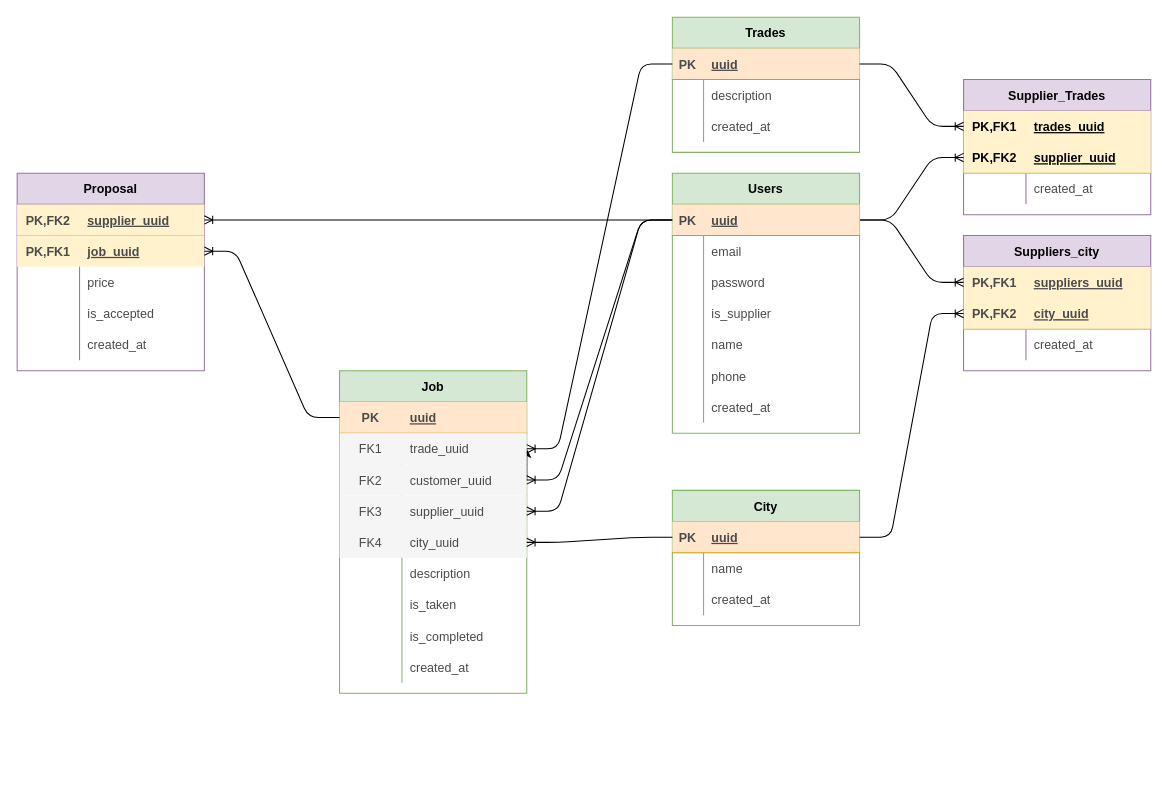
Earlier version of the draw.io diagram Documentation/ER Design.drawio (chingu-voyages/v41-geckos-team-08). Source tidied: cells renumbered, new cells numbered last; positions are measured from the earlier drawing's top-left corner, leaving out a move shared by most shapes. Both pictures are drawn from the tidied source at 104%, with x=0, y=0 at pixel (17, 17).
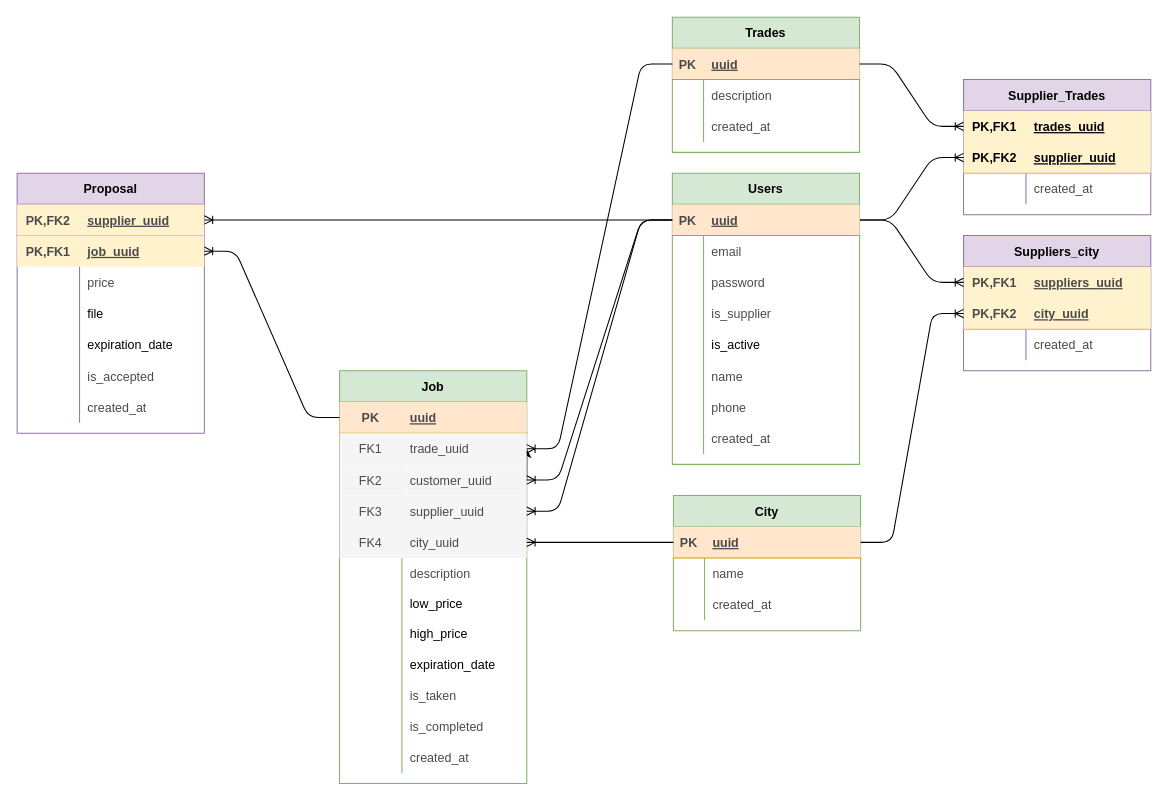
The same page after the edit.

Commit message:
Design: Revised ER model

What changed in the source:
```diff
@@
     <mxCell id="24" value="City" style="shape=table;startSize=30;childLayout=tableLayout;rowLines=0;fontStyle=1;align=center;fillColor=#d5e8d4;strokeColor=#82b366;" parent="1" vertex="1">
-      <mxGeometry x="630" y="455" width="180" height="130" as="geometry" />
+      <mxGeometry x="631" y="460" width="180" height="130" as="geometry" />
     </mxCell>
@@
     <mxCell id="46" value="Job" style="shape=table;startSize=30;childLayout=tableLayout;rowLines=0;fontStyle=1;align=center;fillColor=#d5e8d4;strokeColor=#82b366;" parent="1" vertex="1">
-      <mxGeometry x="310" y="340" width="180" height="310" as="geometry" />
+      <mxGeometry x="310" y="340" width="180" height="396.8" as="geometry" />
     </mxCell>
@@
+    <mxCell id="119" style="shape=partialRectangle;fillColor=none;top=0;left=0;bottom=0;right=0;" parent="46" vertex="1">
+      <mxGeometry y="210" width="180" height="27" as="geometry" />
+    </mxCell>
+    <mxCell id="120" style="shape=partialRectangle;fillColor=none;top=0;left=0;bottom=0;right=0;overflow=hidden;" parent="119" vertex="1">
+      <mxGeometry width="60" height="27" as="geometry" />
+    </mxCell>
+    <mxCell id="121" value="low_price" style="shape=partialRectangle;fillColor=none;top=0;left=0;bottom=0;right=0;align=left;spacingLeft=6;overflow=hidden;" parent="119" vertex="1">
+      <mxGeometry x="60" width="120" height="27" as="geometry" />
+    </mxCell>
+    <mxCell id="122" style="shape=partialRectangle;fillColor=none;top=0;left=0;bottom=0;right=0;" parent="46" vertex="1">
+      <mxGeometry y="237" width="180" height="30" as="geometry" />
+    </mxCell>
+    <mxCell id="123" style="shape=partialRectangle;fillColor=none;top=0;left=0;bottom=0;right=0;overflow=hidden;" parent="122" vertex="1">
+      <mxGeometry width="60" height="30" as="geometry" />
+    </mxCell>
+    <mxCell id="124" value="high_price" style="shape=partialRectangle;fillColor=none;top=0;left=0;bottom=0;right=0;align=left;spacingLeft=6;overflow=hidden;" parent="122" vertex="1">
+      <mxGeometry x="60" width="120" height="30" as="geometry" />
+    </mxCell>
+    <mxCell id="125" style="shape=partialRectangle;fillColor=none;top=0;left=0;bottom=0;right=0;" parent="46" vertex="1">
+      <mxGeometry y="267" width="180" height="30" as="geometry" />
+    </mxCell>
+    <mxCell id="126" style="shape=partialRectangle;fillColor=none;top=0;left=0;bottom=0;right=0;overflow=hidden;" parent="125" vertex="1">
+      <mxGeometry width="60" height="30" as="geometry" />
+    </mxCell>
+    <mxCell id="127" value="expiration_date" style="shape=partialRectangle;fillColor=none;top=0;left=0;bottom=0;right=0;align=left;spacingLeft=6;overflow=hidden;" parent="125" vertex="1">
+      <mxGeometry x="60" width="120" height="30" as="geometry" />
+    </mxCell>
     <mxCell id="66" style="shape=partialRectangle;fillColor=none;top=0;left=0;bottom=0;right=0;fontColor=#4A4A4A;" parent="46" vertex="1">
-      <mxGeometry y="210" width="180" height="30" as="geometry" />
+      <mxGeometry y="297" width="180" height="30" as="geometry" />
     </mxCell>
@@
     <mxCell id="69" style="shape=partialRectangle;fillColor=none;top=0;left=0;bottom=0;right=0;fontColor=#4A4A4A;" parent="46" vertex="1">
-      <mxGeometry y="240" width="180" height="30" as="geometry" />
+      <mxGeometry y="327" width="180" height="30" as="geometry" />
     </mxCell>
@@
     <mxCell id="72" style="shape=partialRectangle;fillColor=none;top=0;left=0;bottom=0;right=0;fontColor=#4A4A4A;" parent="46" vertex="1">
-      <mxGeometry y="270" width="180" height="30" as="geometry" />
+      <mxGeometry y="357" width="180" height="30" as="geometry" />
     </mxCell>
@@
     <mxCell id="77" value="Proposal" style="shape=table;startSize=30;childLayout=tableLayout;rowLines=0;fontStyle=1;align=center;fillColor=#e1d5e7;strokeColor=#9673a6;" parent="1" vertex="1">
-      <mxGeometry y="150" width="180" height="190" as="geometry" />
+      <mxGeometry y="150" width="180" height="250" as="geometry" />
     </mxCell>
@@
+    <mxCell id="128" style="shape=partialRectangle;fillColor=none;top=0;left=0;bottom=0;right=0;" parent="77" vertex="1">
+      <mxGeometry y="120" width="180" height="30" as="geometry" />
+    </mxCell>
+    <mxCell id="129" style="shape=partialRectangle;fillColor=none;top=0;left=0;bottom=0;right=0;overflow=hidden;" parent="128" vertex="1">
+      <mxGeometry width="60" height="30" as="geometry" />
+    </mxCell>
+    <mxCell id="130" value="file" style="shape=partialRectangle;fillColor=none;top=0;left=0;bottom=0;right=0;align=left;spacingLeft=6;overflow=hidden;" parent="128" vertex="1">
+      <mxGeometry x="60" width="120" height="30" as="geometry" />
+    </mxCell>
+    <mxCell id="131" style="shape=partialRectangle;fillColor=none;top=0;left=0;bottom=0;right=0;" parent="77" vertex="1">
+      <mxGeometry y="150" width="180" height="30" as="geometry" />
+    </mxCell>
+    <mxCell id="132" style="shape=partialRectangle;fillColor=none;top=0;left=0;bottom=0;right=0;overflow=hidden;" parent="131" vertex="1">
+      <mxGeometry width="60" height="30" as="geometry" />
+    </mxCell>
+    <mxCell id="133" value="expiration_date" style="shape=partialRectangle;fillColor=none;top=0;left=0;bottom=0;right=0;align=left;spacingLeft=6;overflow=hidden;" parent="131" vertex="1">
+      <mxGeometry x="60" width="120" height="30" as="geometry" />
+    </mxCell>
     <mxCell id="87" style="shape=partialRectangle;fillColor=none;top=0;left=0;bottom=0;right=0;fontColor=#4A4A4A;" parent="77" vertex="1">
-      <mxGeometry y="120" width="180" height="30" as="geometry" />
+      <mxGeometry y="180" width="180" height="30" as="geometry" />
     </mxCell>
@@
     <mxCell id="90" style="shape=partialRectangle;fillColor=none;top=0;left=0;bottom=0;right=0;fontColor=#4A4A4A;" parent="77" vertex="1">
-      <mxGeometry y="150" width="180" height="30" as="geometry" />
+      <mxGeometry y="210" width="180" height="30" as="geometry" />
     </mxCell>
@@
     <mxCell id="94" value="Users" style="shape=table;startSize=30;childLayout=tableLayout;rowLines=0;fontStyle=1;align=center;fillColor=#d5e8d4;strokeColor=#82b366;" parent="1" vertex="1">
-      <mxGeometry x="630" y="150" width="180" height="250" as="geometry" />
+      <mxGeometry x="630" y="150" width="180" height="280" as="geometry" />
     </mxCell>
@@
+    <mxCell id="134" style="shape=partialRectangle;fillColor=none;top=0;left=0;bottom=0;right=0;" parent="94" vertex="1">
+      <mxGeometry y="150" width="180" height="30" as="geometry" />
+    </mxCell>
+    <mxCell id="135" style="shape=partialRectangle;fillColor=none;top=0;left=0;bottom=0;right=0;overflow=hidden;" parent="134" vertex="1">
+      <mxGeometry width="30" height="30" as="geometry" />
+    </mxCell>
+    <mxCell id="136" value="is_active" style="shape=partialRectangle;fillColor=none;top=0;left=0;bottom=0;right=0;align=left;spacingLeft=6;overflow=hidden;" parent="134" vertex="1">
+      <mxGeometry x="30" width="150" height="30" as="geometry" />
+    </mxCell>
     <mxCell id="107" style="shape=partialRectangle;fillColor=none;top=0;left=0;bottom=0;right=0;fontColor=#4A4A4A;" parent="94" vertex="1">
-      <mxGeometry y="150" width="180" height="30" as="geometry" />
+      <mxGeometry y="180" width="180" height="30" as="geometry" />
     </mxCell>
@@
     <mxCell id="110" style="shape=partialRectangle;fillColor=none;top=0;left=0;bottom=0;right=0;fontColor=#4A4A4A;" parent="94" vertex="1">
-      <mxGeometry y="180" width="180" height="30" as="geometry" />
+      <mxGeometry y="210" width="180" height="30" as="geometry" />
     </mxCell>
@@
     <mxCell id="113" style="shape=partialRectangle;fillColor=none;top=0;left=0;bottom=0;right=0;fontColor=#4A4A4A;" parent="94" vertex="1">
-      <mxGeometry y="210" width="180" height="30" as="geometry" />
+      <mxGeometry y="240" width="180" height="30" as="geometry" />
     </mxCell>
```
